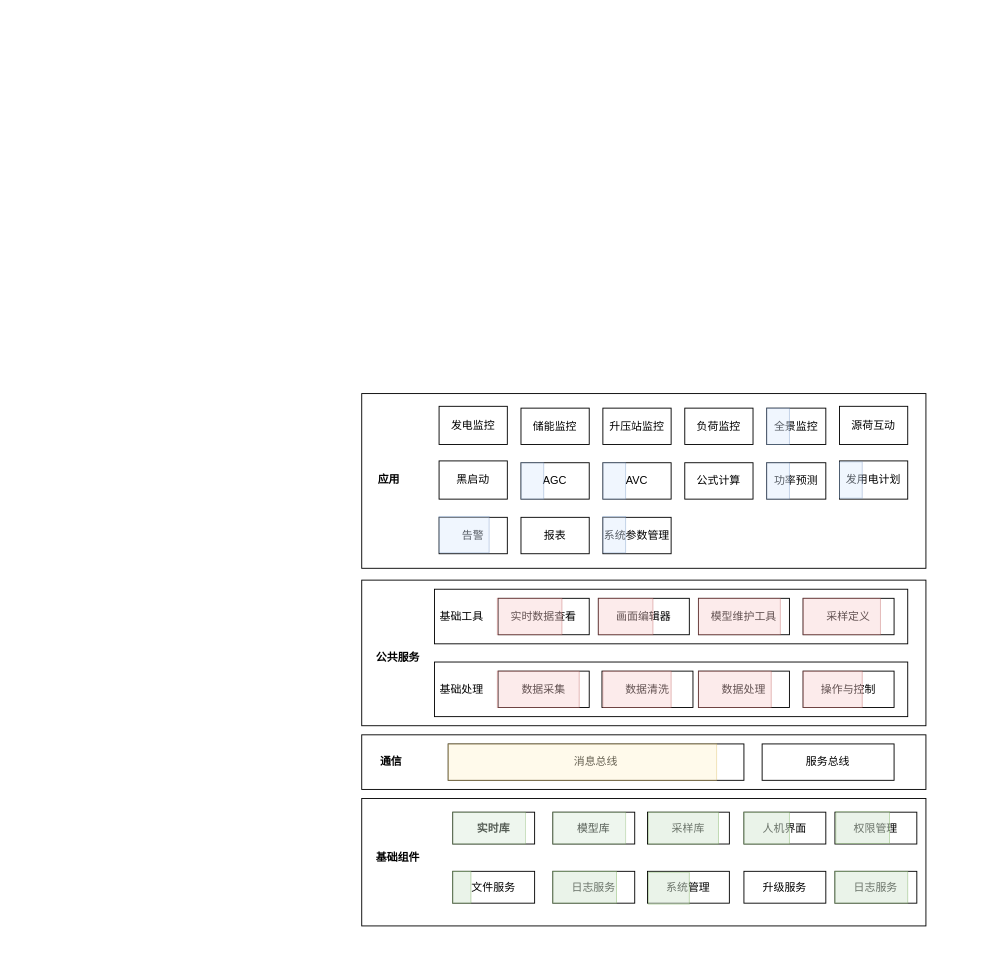
kiwiyan/3D keeps this draw.io diagram as EMS.drawio. Above is the earlier version. Source tidied: cells renumbered, new cells numbered last; positions are measured from the earlier drawing's top-left corner, leaving out a move shared by most shapes. Both pictures are drawn from the tidied source at 91%, with x=0, y=0 at pixel (361, 393).
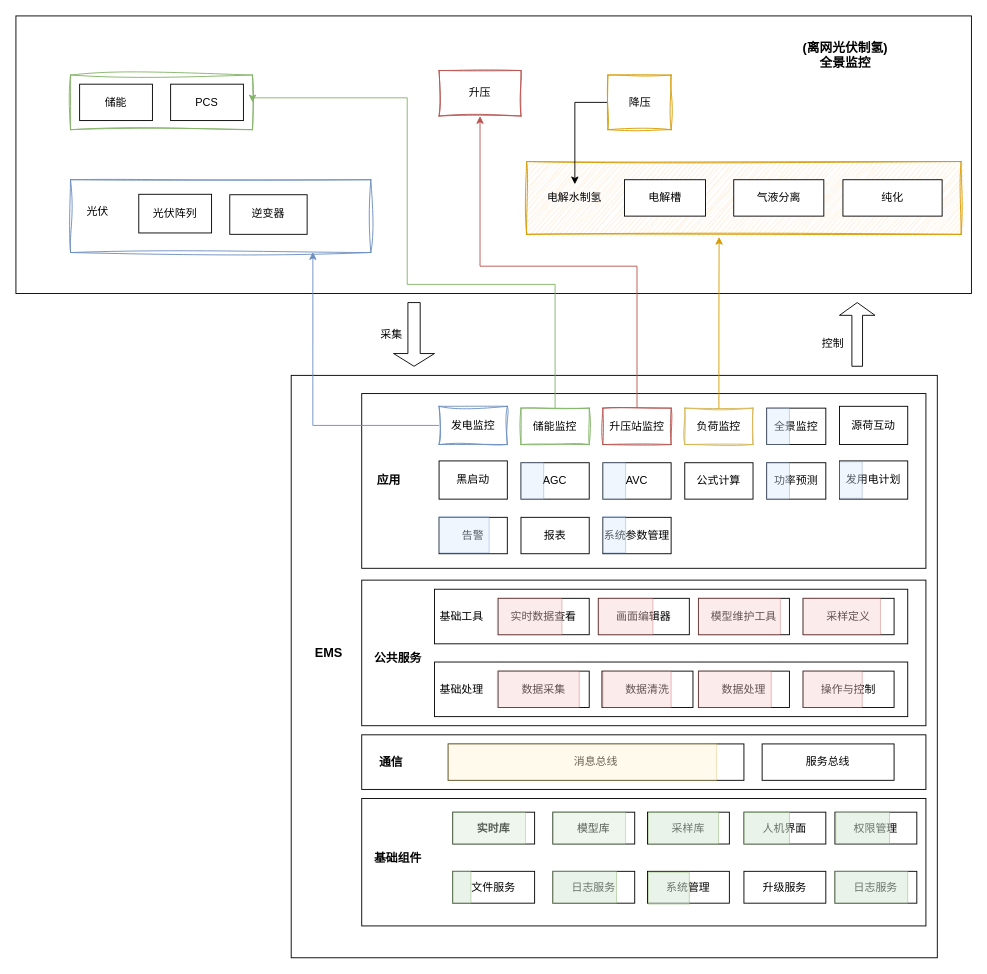
After the change.

The edit, as a diff of the source:
```diff
@@
+    <mxCell id="74" style="rounded=0;whiteSpace=wrap;html=1;" parent="1" vertex="1">
+      <mxGeometry x="-380" y="-415" width="1050" height="305" as="geometry" />
+    </mxCell>
+    <mxCell id="75" style="rounded=0;whiteSpace=wrap;html=1;" parent="1" vertex="1">
+      <mxGeometry x="-77.5" y="-20" width="710" height="640" as="geometry" />
+    </mxCell>
+    <mxCell id="76" style="rounded=0;whiteSpace=wrap;html=1;fillColor=none;strokeColor=#6c8ebf;sketch=1;curveFitting=1;jiggle=2;" parent="1" vertex="1">
+      <mxGeometry x="-320" y="-235" width="330" height="80" as="geometry" />
+    </mxCell>
@@
-    <mxCell id="13" value="&lt;b&gt;基础组件&lt;/b&gt;" style="text;html=1;align=center;verticalAlign=middle;whiteSpace=wrap;rounded=0;" parent="1" vertex="1">
+    <mxCell id="13" value="&lt;b style=&quot;font-size: 13px;&quot;&gt;基础组件&lt;/b&gt;" style="text;html=1;align=center;verticalAlign=middle;whiteSpace=wrap;rounded=0;fontSize=13;" parent="1" vertex="1">
       <mxGeometry x="10" y="495" width="60" height="30" as="geometry" />
     </mxCell>
@@
-    <mxCell id="27" value="&lt;b&gt;通信&lt;/b&gt;" style="text;html=1;align=center;verticalAlign=middle;whiteSpace=wrap;rounded=0;" parent="1" vertex="1">
+    <mxCell id="27" value="&lt;b style=&quot;font-size: 13px;&quot;&gt;通信&lt;/b&gt;" style="text;html=1;align=center;verticalAlign=middle;whiteSpace=wrap;rounded=0;fontSize=13;" parent="1" vertex="1">
       <mxGeometry x="4" y="390" width="57" height="30" as="geometry" />
     </mxCell>
@@
-    <mxCell id="41" value="&lt;b&gt;公共服务&lt;/b&gt;" style="text;html=1;align=center;verticalAlign=middle;whiteSpace=wrap;rounded=0;" parent="1" vertex="1">
+    <mxCell id="41" value="&lt;b style=&quot;font-size: 13px;&quot;&gt;公共服务&lt;/b&gt;" style="text;html=1;align=center;verticalAlign=middle;whiteSpace=wrap;rounded=0;fontSize=13;" parent="1" vertex="1">
       <mxGeometry x="10" y="275" width="60" height="30" as="geometry" />
     </mxCell>
@@
-    <mxCell id="51" value="发电监控" style="rounded=0;whiteSpace=wrap;html=1;" parent="1" vertex="1">
+    <mxCell id="51" value="发电监控" style="rounded=0;whiteSpace=wrap;html=1;fillColor=none;strokeColor=#6c8ebf;sketch=1;curveFitting=1;jiggle=2;" parent="1" vertex="1">
       <mxGeometry x="85" y="14" width="75" height="42" as="geometry" />
     </mxCell>
+    <mxCell id="77" style="edgeStyle=orthogonalEdgeStyle;rounded=0;jettySize=auto;html=1;entryX=1;entryY=0.5;entryDx=0;entryDy=0;fillColor=#d5e8d4;strokeColor=#82b366;" parent="1" edge="1" source="52" target="87">
+      <mxGeometry relative="1" as="geometry">
+        <Array as="points">
+          <mxPoint x="213" y="-120" />
+          <mxPoint x="50" y="-120" />
+          <mxPoint x="50" y="-325" />
+          <mxPoint x="-120" y="-325" />
+        </Array>
+      </mxGeometry>
+    </mxCell>
-    <mxCell id="52" value="储能监控" style="rounded=0;whiteSpace=wrap;html=1;" parent="1" vertex="1">
+    <mxCell id="52" value="储能监控" style="rounded=0;whiteSpace=wrap;html=1;fillColor=none;strokeColor=#82b366;sketch=1;curveFitting=1;jiggle=2;" parent="1" vertex="1">
       <mxGeometry x="175" y="16" width="75" height="40" as="geometry" />
     </mxCell>
+    <mxCell id="78" style="edgeStyle=orthogonalEdgeStyle;rounded=0;jettySize=auto;html=1;entryX=0.5;entryY=1;entryDx=0;entryDy=0;fillColor=#f8cecc;strokeColor=#b85450;" parent="1" edge="1" source="53" target="86">
+      <mxGeometry relative="1" as="geometry">
+        <Array as="points">
+          <mxPoint x="303" y="-140" />
+          <mxPoint x="130" y="-140" />
+        </Array>
+      </mxGeometry>
+    </mxCell>
-    <mxCell id="53" value="升压站监控" style="rounded=0;whiteSpace=wrap;html=1;" parent="1" vertex="1">
+    <mxCell id="53" value="升压站监控" style="rounded=0;whiteSpace=wrap;html=1;fillColor=none;strokeColor=#b85450;sketch=1;curveFitting=1;jiggle=2;" parent="1" vertex="1">
       <mxGeometry x="265" y="16" width="75" height="40" as="geometry" />
     </mxCell>
@@
-    <mxCell id="56" value="负荷监控" style="rounded=0;whiteSpace=wrap;html=1;" parent="1" vertex="1">
+    <mxCell id="56" value="负荷监控" style="rounded=0;whiteSpace=wrap;html=1;fillColor=none;strokeColor=#d6b656;shadow=0;glass=0;sketch=1;curveFitting=1;jiggle=2;" parent="1" vertex="1">
       <mxGeometry x="355" y="16" width="75" height="40" as="geometry" />
     </mxCell>
@@
-    <mxCell id="71" value="&lt;b&gt;应用&lt;/b&gt;" style="text;html=1;align=center;verticalAlign=middle;whiteSpace=wrap;rounded=0;" parent="1" vertex="1">
+    <mxCell id="71" value="&lt;b style=&quot;font-size: 13px;&quot;&gt;应用&lt;/b&gt;" style="text;html=1;align=center;verticalAlign=middle;whiteSpace=wrap;rounded=0;fontSize=13;" parent="1" vertex="1">
       <mxGeometry y="80" width="60" height="30" as="geometry" />
     </mxCell>
@@
+    <mxCell id="79" style="rounded=0;whiteSpace=wrap;html=1;fillColor=#ffe6cc;strokeColor=#d79b00;sketch=1;curveFitting=1;jiggle=2;" parent="1" vertex="1">
+      <mxGeometry x="181.2" y="-255" width="477.5" height="80" as="geometry" />
+    </mxCell>
+    <mxCell id="80" value="电解槽" style="rounded=0;whiteSpace=wrap;html=1;" parent="1" vertex="1">
+      <mxGeometry x="288.8" y="-235" width="89" height="40" as="geometry" />
+    </mxCell>
+    <mxCell id="81" value="气液分离" style="rounded=0;whiteSpace=wrap;html=1;" parent="1" vertex="1">
+      <mxGeometry x="408.8" y="-235" width="99" height="40" as="geometry" />
+    </mxCell>
+    <mxCell id="82" value="纯化" style="rounded=0;whiteSpace=wrap;html=1;" parent="1" vertex="1">
+      <mxGeometry x="528.8" y="-235" width="109" height="40" as="geometry" />
+    </mxCell>
+    <mxCell id="83" value="电解水制氢" style="text;html=1;align=center;verticalAlign=middle;whiteSpace=wrap;rounded=0;" parent="1" vertex="1">
+      <mxGeometry x="201.2" y="-230" width="66" height="30" as="geometry" />
+    </mxCell>
+    <mxCell id="84" value="光伏阵列" style="rounded=0;whiteSpace=wrap;html=1;" parent="1" vertex="1">
+      <mxGeometry x="-245" y="-219" width="80" height="42.5" as="geometry" />
+    </mxCell>
+    <mxCell id="85" value="逆变器" style="rounded=0;whiteSpace=wrap;html=1;" parent="1" vertex="1">
+      <mxGeometry x="-145" y="-218.5" width="85" height="43.5" as="geometry" />
+    </mxCell>
+    <mxCell id="86" value="升压" style="rounded=0;whiteSpace=wrap;html=1;fillColor=none;strokeColor=#b85450;sketch=1;curveFitting=1;jiggle=2;" parent="1" vertex="1">
+      <mxGeometry x="85" y="-355" width="90" height="50" as="geometry" />
+    </mxCell>
+    <mxCell id="87" style="rounded=0;whiteSpace=wrap;html=1;fillColor=none;strokeColor=#82b366;sketch=1;curveFitting=1;jiggle=2;" parent="1" vertex="1">
+      <mxGeometry x="-320" y="-350" width="200" height="60" as="geometry" />
+    </mxCell>
+    <mxCell id="88" value="光伏" style="text;html=1;align=center;verticalAlign=middle;whiteSpace=wrap;rounded=0;" parent="1" vertex="1">
+      <mxGeometry x="-320" y="-215" width="60" height="30" as="geometry" />
+    </mxCell>
+    <mxCell id="89" value="储能" style="rounded=0;whiteSpace=wrap;html=1;" parent="1" vertex="1">
+      <mxGeometry x="-310" y="-340" width="80" height="40" as="geometry" />
+    </mxCell>
+    <mxCell id="90" value="PCS" style="rounded=0;whiteSpace=wrap;html=1;" parent="1" vertex="1">
+      <mxGeometry x="-210" y="-340" width="80" height="40" as="geometry" />
+    </mxCell>
+    <mxCell id="91" style="edgeStyle=orthogonalEdgeStyle;rounded=0;jettySize=auto;html=1;" parent="1" edge="1" source="92" target="83">
+      <mxGeometry relative="1" as="geometry" />
+    </mxCell>
+    <mxCell id="92" value="降压" style="rounded=0;whiteSpace=wrap;html=1;fillColor=none;strokeColor=#d79b00;sketch=1;curveFitting=1;jiggle=2;" parent="1" vertex="1">
+      <mxGeometry x="270.5" y="-350" width="69.5" height="60" as="geometry" />
+    </mxCell>
+    <mxCell id="93" value="&lt;b style=&quot;font-size: 14px;&quot;&gt;&lt;font style=&quot;font-size: 14px;&quot;&gt;EMS&lt;/font&gt;&lt;/b&gt;" style="text;html=1;align=center;verticalAlign=middle;whiteSpace=wrap;rounded=0;fontSize=14;" parent="1" vertex="1">
+      <mxGeometry x="-66" y="270" width="60" height="30" as="geometry" />
+    </mxCell>
+    <mxCell id="94" style="edgeStyle=orthogonalEdgeStyle;rounded=0;jettySize=auto;html=1;entryX=0.807;entryY=0.994;entryDx=0;entryDy=0;entryPerimeter=0;fillColor=#dae8fc;strokeColor=#6c8ebf;" parent="1" edge="1" source="51" target="76">
+      <mxGeometry relative="1" as="geometry" />
+    </mxCell>
+    <mxCell id="95" style="edgeStyle=orthogonalEdgeStyle;rounded=0;jettySize=auto;html=1;entryX=0.443;entryY=1.035;entryDx=0;entryDy=0;entryPerimeter=0;fillColor=#ffe6cc;strokeColor=#d79b00;" parent="1" edge="1" source="56" target="79">
+      <mxGeometry relative="1" as="geometry" />
+    </mxCell>
+    <mxCell id="96" value="&lt;b style=&quot;font-size: 14px;&quot;&gt;(离网光伏制氢)&lt;/b&gt;&lt;div&gt;&lt;b style=&quot;font-size: 14px;&quot;&gt;全景监控&lt;/b&gt;&lt;/div&gt;" style="text;html=1;align=center;verticalAlign=middle;whiteSpace=wrap;rounded=0;fontSize=14;" parent="1" vertex="1">
+      <mxGeometry x="483" y="-385" width="97" height="25" as="geometry" />
+    </mxCell>
+    <mxCell id="97" style="shape=singleArrow;direction=south;whiteSpace=wrap;html=1;" parent="1" vertex="1">
+      <mxGeometry x="35" y="-100" width="45" height="70" as="geometry" />
+    </mxCell>
+    <mxCell id="98" style="shape=singleArrow;direction=north;whiteSpace=wrap;html=1;" parent="1" vertex="1">
+      <mxGeometry x="525" y="-100" width="39" height="70" as="geometry" />
+    </mxCell>
+    <mxCell id="99" value="采集" style="text;html=1;align=center;verticalAlign=middle;whiteSpace=wrap;rounded=0;" parent="1" vertex="1">
+      <mxGeometry x="2.5" y="-80" width="60" height="30" as="geometry" />
+    </mxCell>
+    <mxCell id="100" value="控制" style="text;html=1;align=center;verticalAlign=middle;whiteSpace=wrap;rounded=0;" parent="1" vertex="1">
+      <mxGeometry x="487.5" y="-70" width="60" height="30" as="geometry" />
+    </mxCell>
```
